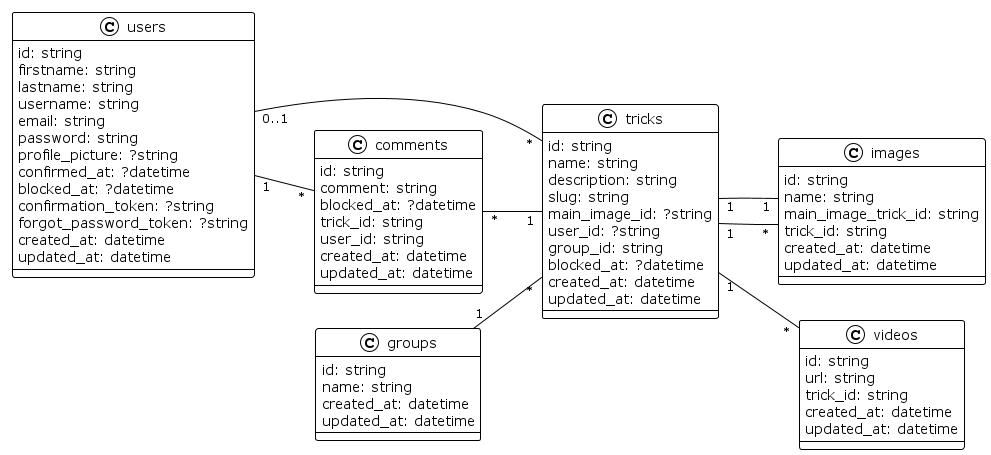
Earlier version of the PlantUML export diagrammes/ClassDiagram/class-diagram.png (davy-beauzil/p6-snowtricks). Source of this version:
```plantuml
@startuml

!theme plain
left to right direction

class tricks {
    id: string
    name: string
    description: string
    slug: string
    main_image_id: ?string
    user_id: ?string
    group_id: string
    blocked_at: ?datetime
    created_at: datetime
    updated_at: datetime
}

class images {
    id: string
    name: string
    main_image_trick_id: string
    trick_id: string
    created_at: datetime
    updated_at: datetime
}

class videos {
    id: string
    url: string
    trick_id: string
    created_at: datetime
    updated_at: datetime
}

class comments {
    id: string
    comment: string
    blocked_at: ?datetime
    trick_id: string
    user_id: string
    created_at: datetime
    updated_at: datetime
}

class groups {
    id: string
    name: string
    created_at: datetime
    updated_at: datetime
}

class users {
    id: string
    firstname: string
    lastname: string
    username: string
    email: string
    password: string
    profile_picture: ?string
    confirmed_at: ?datetime
    blocked_at: ?datetime
    confirmation_token: ?string
    forgot_password_token: ?string
    created_at: datetime
    updated_at: datetime
}

tricks "1" -- "*" images
tricks "1" -- "1" images
tricks "1" -- "*" videos
groups "1" -- "*" tricks
users "1" -- "*" comments
comments "*" -- "1" tricks
users "0..1" -- "*" tricks

@enduml
```
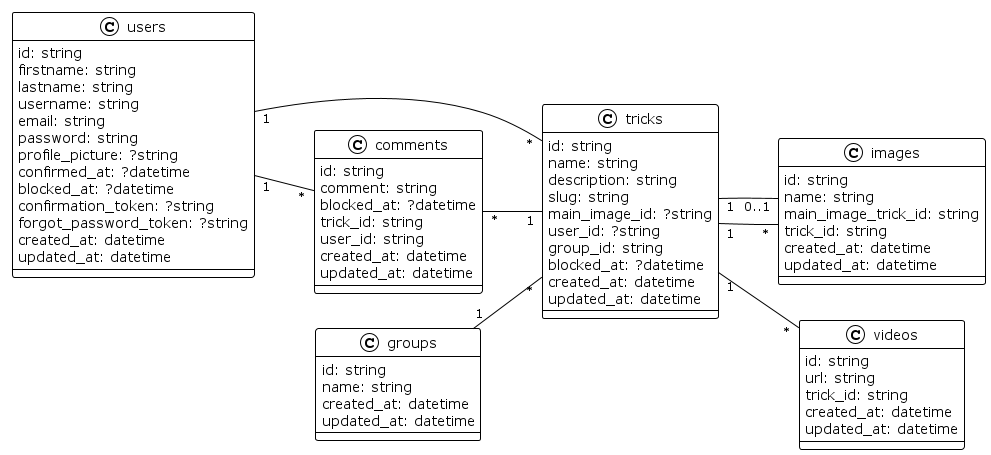
After the change.

Change to the diagram source:
```diff
@@ -67,11 +67,11 @@
 }
 
 tricks "1" -- "*" images
-tricks "1" -- "1" images
+tricks "1" -- "0..1" images
 tricks "1" -- "*" videos
 groups "1" -- "*" tricks
 users "1" -- "*" comments
 comments "*" -- "1" tricks
-users "0..1" -- "*" tricks
+users "1" -- "*" tricks
 
 @enduml
```
